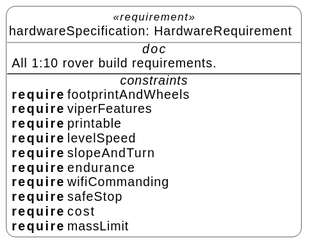
This is diagrams/hardwareRequirements.svg from theonlyallana/lunar-road-mbse, a PlantUML export, as it was before one commit. The source it was exported from:
```plantuml
@startuml
skin sysmlbw
skinparam monochrome true
skinparam wrapWidth 300
hide circle

comp usage "hardwareSpecification: HardwareRequirement  " as E1  <<(T,blue) requirement>> [[psysml:d1094095-a11d-466c-b408-9f1bfdced23e ]] {
##//doc//##
All 1:10 rover build requirements.
--
##//constraints//##
<b>require</b> footprintAndWheels
<b>require</b> viperFeatures
<b>require</b> printable
<b>require</b> levelSpeed
<b>require</b> slopeAndTurn
<b>require</b> endurance
<b>require</b> wifiCommanding
<b>require</b> safeStop
<b>require</b> cost
<b>require</b> massLimit
}
@enduml
```
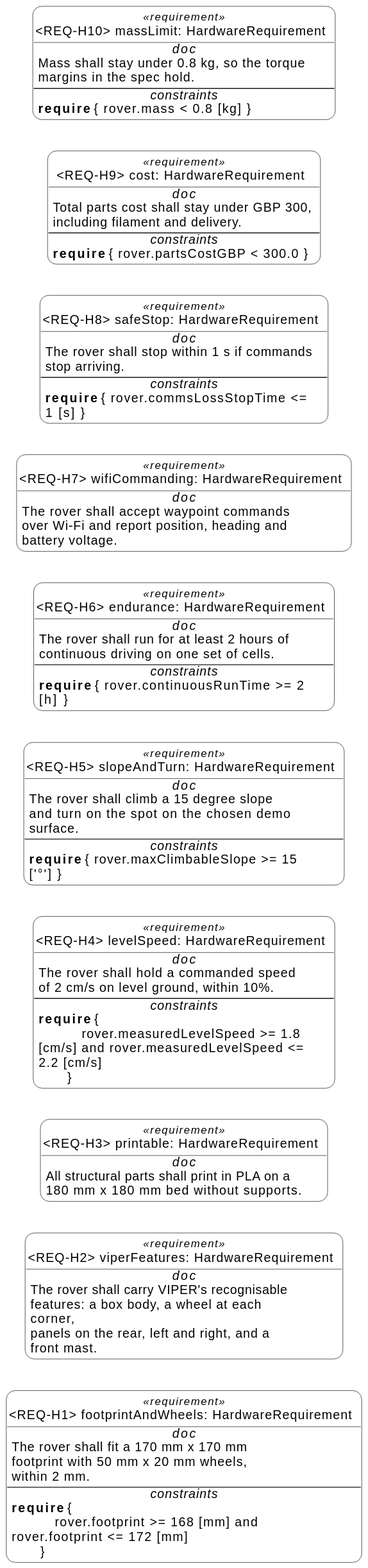
Above is the later version.

Commit message:
Stop driving when Earth is lost; clearer diagrams

Change to the diagram source:
```diff
@@ -3,21 +3,67 @@
 skinparam monochrome true
 skinparam wrapWidth 300
 hide circle
+left to right direction
 
-comp usage "hardwareSpecification: HardwareRequirement  " as E1  <<(T,blue) requirement>> [[psysml:d1094095-a11d-466c-b408-9f1bfdced23e ]] {
+comp usage "~<REQ-H1> footprintAndWheels: HardwareRequirement  " as E1  <<(T,blue) requirement>> [[psysml:41b4d997-a2de-4315-b8c1-27aa9d46a747 ]] {
 ##//doc//##
-All 1:10 rover build requirements.
+The rover shall fit a 170 mm x 170 mm footprint with 50 mm x 20 mm wheels, within 2 mm.
 --
 ##//constraints//##
-<b>require</b> footprintAndWheels
-<b>require</b> viperFeatures
-<b>require</b> printable
-<b>require</b> levelSpeed
-<b>require</b> slopeAndTurn
-<b>require</b> endurance
-<b>require</b> wifiCommanding
-<b>require</b> safeStop
-<b>require</b> cost
-<b>require</b> massLimit
+<b>require</b> {\n            rover.footprint ><U+003D> 168 [mm] and rover.footprint <U+003C><U+003D> 172 [mm]\n        }
+}
+comp usage "~<REQ-H2> viperFeatures: HardwareRequirement  " as E2  <<(T,blue) requirement>> [[psysml:d887a182-be09-4557-a49a-d86bcd1bfe0d ]] {
+##//doc//##
+The rover shall carry VIPER<U+0027>s recognisable features: a box body, a wheel at each corner,\npanels on the rear, left and right, and a front mast.
+}
+comp usage "~<REQ-H3> printable: HardwareRequirement  " as E3  <<(T,blue) requirement>> [[psysml:5053451d-f41b-4a46-8943-41500b8906f9 ]] {
+##//doc//##
+All structural parts shall print in PLA on a 180 mm x 180 mm bed without supports.
+}
+comp usage "~<REQ-H4> levelSpeed: HardwareRequirement  " as E4  <<(T,blue) requirement>> [[psysml:1dc6dbb9-086c-4797-8f7f-52a13a1a596a ]] {
+##//doc//##
+The rover shall hold a commanded speed of 2 cm<U+002F>s on level ground, within 10%.
+--
+##//constraints//##
+<b>require</b> {\n            rover.measuredLevelSpeed ><U+003D> 1.8 [cm<U+002F>s] and rover.measuredLevelSpeed <U+003C><U+003D> 2.2 [cm<U+002F>s]\n        }
+}
+comp usage "~<REQ-H5> slopeAndTurn: HardwareRequirement  " as E5  <<(T,blue) requirement>> [[psysml:43a457ce-dd55-460f-949c-2cb808c01a6e ]] {
+##//doc//##
+The rover shall climb a 15 degree slope and turn on the spot on the chosen demo surface.
+--
+##//constraints//##
+<b>require</b> { rover.maxClimbableSlope ><U+003D> 15 [<U+0027>°<U+0027>] }
+}
+comp usage "~<REQ-H6> endurance: HardwareRequirement  " as E6  <<(T,blue) requirement>> [[psysml:595c05ba-7050-42b2-8017-3a1fdd301efd ]] {
+##//doc//##
+The rover shall run for at least 2 hours of continuous driving on one set of cells.
+--
+##//constraints//##
+<b>require</b> { rover.continuousRunTime ><U+003D> 2 [h] }
+}
+comp usage "~<REQ-H7> wifiCommanding: HardwareRequirement  " as E7  <<(T,blue) requirement>> [[psysml:b3261dcc-b288-47ef-9b2a-5d396d3d1801 ]] {
+##//doc//##
+The rover shall accept waypoint commands over Wi<U+002D>Fi and report position, heading and\nbattery voltage.
+}
+comp usage "~<REQ-H8> safeStop: HardwareRequirement  " as E8  <<(T,blue) requirement>> [[psysml:71477a98-32c6-4f49-a4ce-9f891128ad1f ]] {
+##//doc//##
+The rover shall stop within 1 s if commands stop arriving.
+--
+##//constraints//##
+<b>require</b> { rover.commsLossStopTime <U+003C><U+003D> 1 [s] }
+}
+comp usage "~<REQ-H9> cost: HardwareRequirement  " as E9  <<(T,blue) requirement>> [[psysml:5d39063c-1825-4845-bdcb-d079cfa2949e ]] {
+##//doc//##
+Total parts cost shall stay under GBP 300, including filament and delivery.
+--
+##//constraints//##
+<b>require</b> { rover.partsCostGBP <U+003C> 300.0 }
+}
+comp usage "~<REQ-H10> massLimit: HardwareRequirement  " as E10  <<(T,blue) requirement>> [[psysml:a120c032-bdc6-4b9b-9902-600ff79f20f7 ]] {
+##//doc//##
+Mass shall stay under 0.8 kg, so the torque margins in the spec hold.
+--
+##//constraints//##
+<b>require</b> { rover.mass <U+003C> 0.8 [kg] }
 }
 @enduml
```
